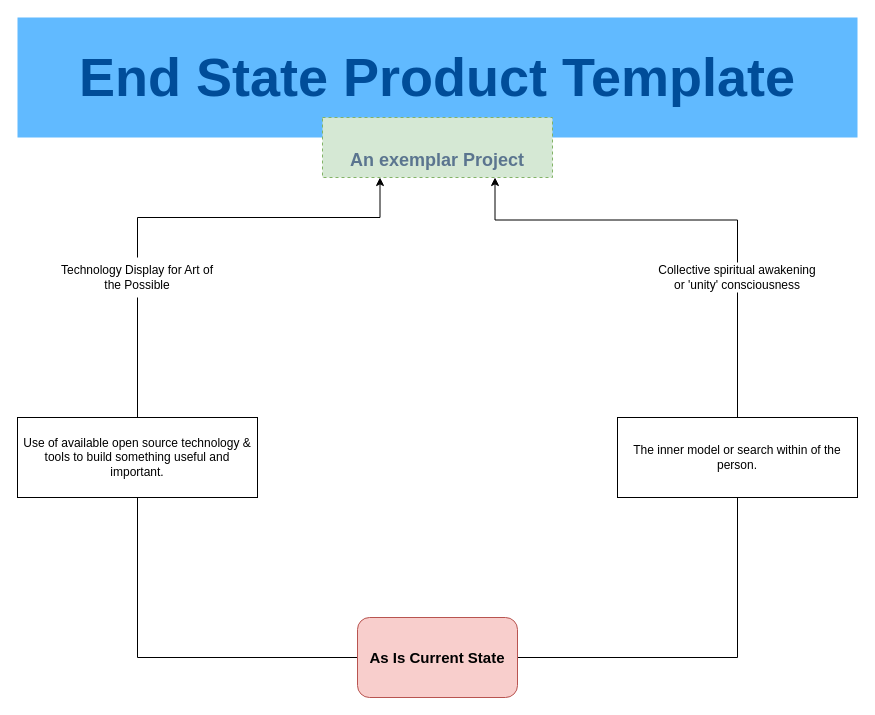
Earlier version of the draw.io diagram high-level-plan.drawio (sm634/STT). Source tidied: cells renumbered, new cells numbered last; positions are measured from the earlier drawing's top-left corner, leaving out a move shared by most shapes. Both pictures are drawn from the tidied source at 100%, with x=0, y=0 at pixel (17, 17).
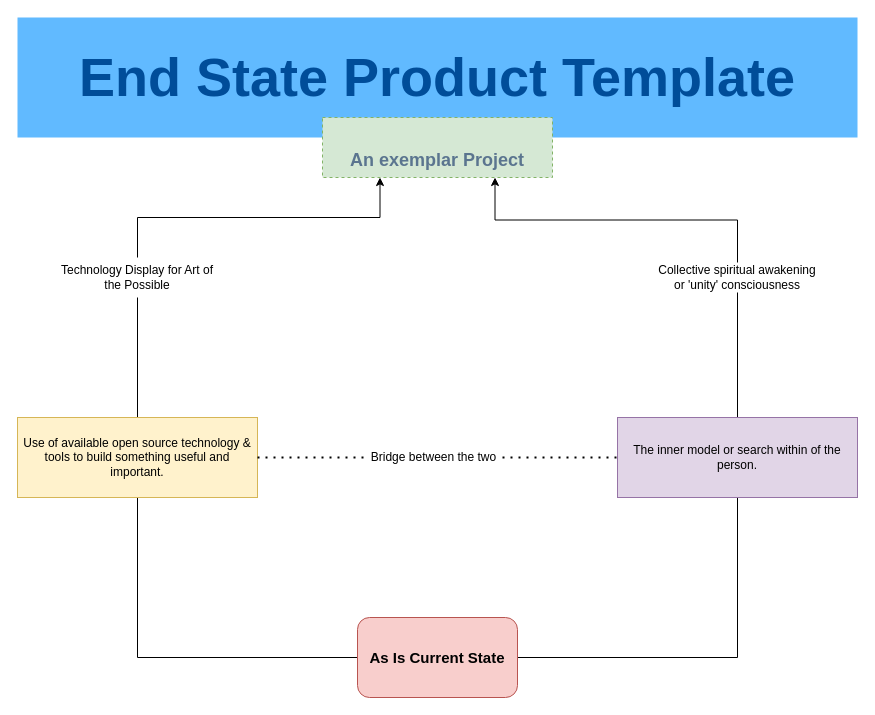
The same diagram, later.

Change to the diagram source:
```diff
@@
 <mxGraphModel>
   <root>
     <mxCell id="0" />
     <mxCell id="1" parent="0" />
     <mxCell id="2" value="End State Product Template" style="text;html=1;strokeColor=none;fillColor=#61BAFF;align=center;verticalAlign=middle;whiteSpace=wrap;fontSize=54;fontStyle=1;fontColor=#004D99;" parent="1" vertex="1">
       <mxGeometry width="840" height="120" as="geometry" />
     </mxCell>
     <mxCell id="3" value="&lt;div style=&quot;text-align: justify;&quot;&gt;&lt;span style=&quot;background-color: initial;&quot;&gt;&lt;font color=&quot;#5b758f&quot; style=&quot;font-size: 18px;&quot;&gt;An exemplar Project&lt;/font&gt;&lt;/span&gt;&lt;br&gt;&lt;/div&gt;" style="text;html=1;strokeColor=#82b366;fillColor=#d5e8d4;align=center;verticalAlign=middle;whiteSpace=wrap;fontSize=54;fontStyle=1;dashed=1;" parent="1" vertex="1">
       <mxGeometry x="305" y="100" width="230" height="60" as="geometry" />
     </mxCell>
     <mxCell id="4" style="edgeStyle=orthogonalEdgeStyle;rounded=0;jettySize=auto;html=1;entryX=0.5;entryY=1;entryDx=0;entryDy=0;endArrow=none;endFill=0;" parent="1" edge="1" source="6" target="10">
       <mxGeometry relative="1" as="geometry" />
     </mxCell>
     <mxCell id="5" style="edgeStyle=orthogonalEdgeStyle;rounded=0;jettySize=auto;html=1;entryX=0.5;entryY=1;entryDx=0;entryDy=0;endArrow=none;endFill=0;" parent="1" edge="1" source="6" target="12">
       <mxGeometry relative="1" as="geometry" />
     </mxCell>
     <mxCell id="6" value="&lt;font style=&quot;font-size: 15px;&quot;&gt;&lt;b&gt;As Is Current State&lt;/b&gt;&lt;/font&gt;" style="rounded=1;whiteSpace=wrap;html=1;fillColor=#f8cecc;strokeColor=#b85450;" parent="1" vertex="1">
       <mxGeometry x="340" y="600" width="160" height="80" as="geometry" />
     </mxCell>
     <mxCell id="7" style="edgeStyle=orthogonalEdgeStyle;rounded=0;jettySize=auto;html=1;entryX=0.25;entryY=1;entryDx=0;entryDy=0;exitX=0.5;exitY=0;exitDx=0;exitDy=0;" parent="1" edge="1" source="8" target="3">
       <mxGeometry relative="1" as="geometry" />
     </mxCell>
     <mxCell id="8" value="Technology Display for Art of the Possible" style="text;html=1;align=center;verticalAlign=middle;whiteSpace=wrap;rounded=0;" parent="1" vertex="1">
       <mxGeometry x="40" y="240" width="160" height="40" as="geometry" />
     </mxCell>
     <mxCell id="9" style="edgeStyle=orthogonalEdgeStyle;rounded=0;jettySize=auto;html=1;entryX=0.5;entryY=1;entryDx=0;entryDy=0;endArrow=none;endFill=0;" parent="1" edge="1" source="10" target="8">
       <mxGeometry relative="1" as="geometry" />
     </mxCell>
-    <mxCell id="10" value="Use of available open source technology &amp;amp; tools to build something useful and important." style="rounded=0;whiteSpace=wrap;html=1;" parent="1" vertex="1">
+    <mxCell id="10" value="Use of available open source technology &amp;amp; tools to build something useful and important." style="rounded=0;whiteSpace=wrap;html=1;fillColor=#fff2cc;strokeColor=#d6b656;" parent="1" vertex="1">
       <mxGeometry y="400" width="240" height="80" as="geometry" />
     </mxCell>
     <mxCell id="11" style="edgeStyle=orthogonalEdgeStyle;rounded=0;jettySize=auto;html=1;entryX=0.5;entryY=1;entryDx=0;entryDy=0;endArrow=none;endFill=0;" parent="1" edge="1" source="12" target="14">
       <mxGeometry relative="1" as="geometry" />
     </mxCell>
-    <mxCell id="12" value="The inner model or search within of the person." style="rounded=0;whiteSpace=wrap;html=1;" parent="1" vertex="1">
+    <mxCell id="12" value="The inner model or search within of the person." style="rounded=0;whiteSpace=wrap;html=1;fillColor=#e1d5e7;strokeColor=#9673a6;" parent="1" vertex="1">
       <mxGeometry x="600" y="400" width="240" height="80" as="geometry" />
     </mxCell>
     <mxCell id="13" style="edgeStyle=orthogonalEdgeStyle;rounded=0;jettySize=auto;html=1;entryX=0.75;entryY=1;entryDx=0;entryDy=0;exitX=0.5;exitY=0;exitDx=0;exitDy=0;" parent="1" edge="1" source="14" target="3">
       <mxGeometry relative="1" as="geometry" />
     </mxCell>
     <mxCell id="14" value="Collective spiritual awakening or 'unity' consciousness" style="text;html=1;align=center;verticalAlign=middle;whiteSpace=wrap;rounded=0;" parent="1" vertex="1">
       <mxGeometry x="635" y="245" width="170" height="30" as="geometry" />
     </mxCell>
+    <mxCell id="15" style="endArrow=none;dashed=1;html=1;dashPattern=1 3;strokeWidth=2;rounded=0;exitX=1;exitY=0.5;exitDx=0;exitDy=0;entryX=0;entryY=0.5;entryDx=0;entryDy=0;" parent="1" edge="1" source="10" target="16">
+      <mxGeometry relative="1" as="geometry" />
+    </mxCell>
+    <mxCell id="16" value="Bridge between the two" style="text;html=1;align=center;verticalAlign=middle;whiteSpace=wrap;rounded=0;" parent="1" vertex="1">
+      <mxGeometry x="348" y="425" width="137" height="30" as="geometry" />
+    </mxCell>
+    <mxCell id="17" style="endArrow=none;dashed=1;html=1;dashPattern=1 3;strokeWidth=2;rounded=0;exitX=1;exitY=0.5;exitDx=0;exitDy=0;entryX=0;entryY=0.5;entryDx=0;entryDy=0;" parent="1" edge="1" source="16" target="12">
+      <mxGeometry relative="1" as="geometry" />
+    </mxCell>
   </root>
 </mxGraphModel>
```
